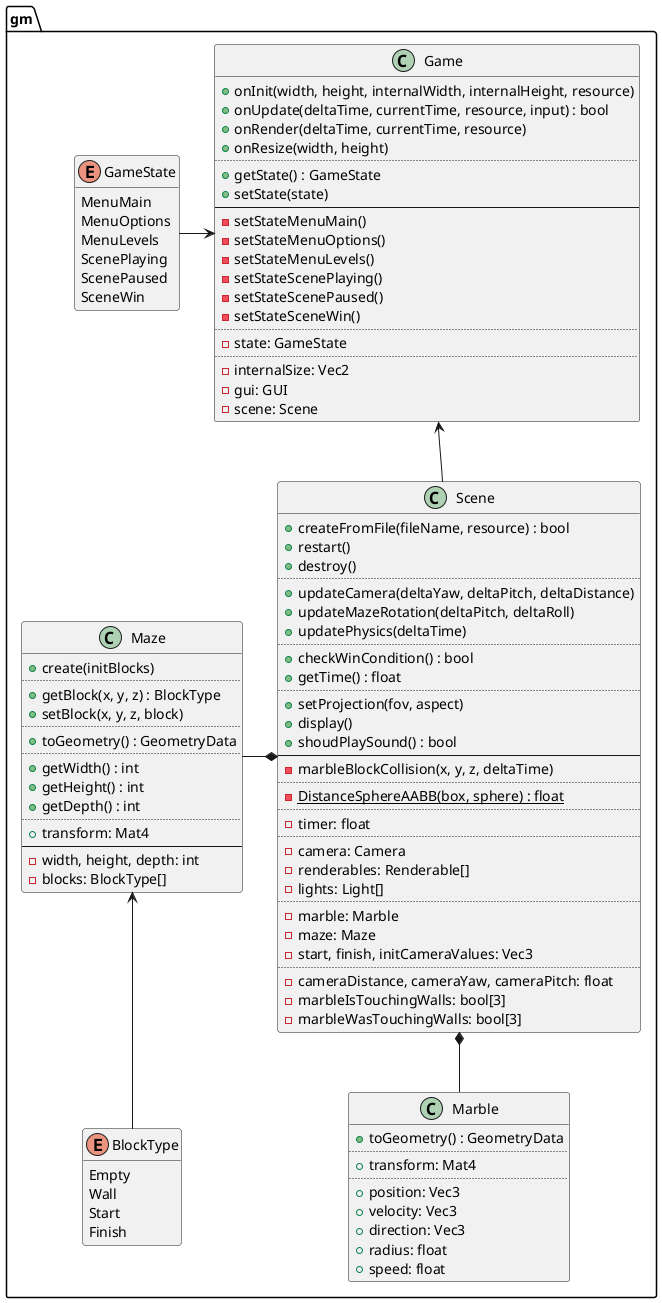
This is design/gm.png from ba6er/marblemaze, a PlantUML export, as it was before one commit.
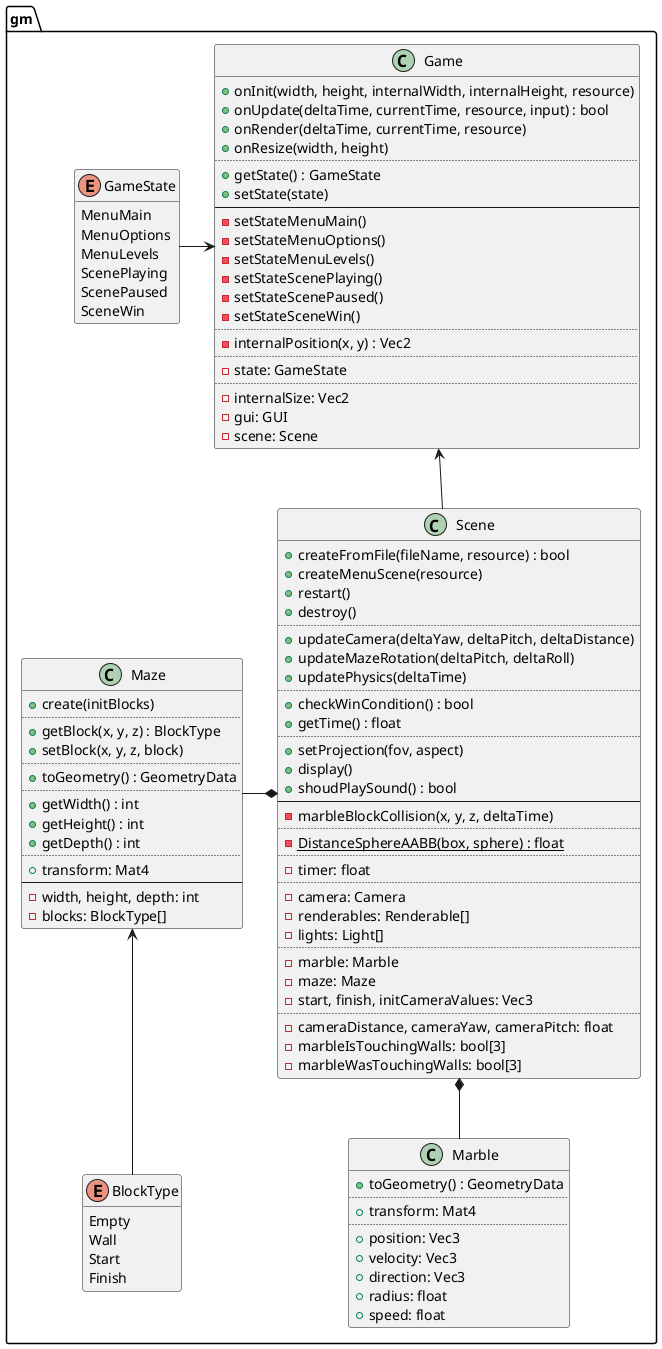
Above is the later version.

Commit message:
Added Renderable:tag, Scene::createMenuScene, Game::internalPosition

The edit, as a diff of the source:
```diff
@@ -27,6 +27,8 @@
 	-setStateScenePaused()
 	-setStateSceneWin()
 	..
+	-internalPosition(x, y) : Vec2
+	..
 	-state: GameState
 	..
 	-internalSize: Vec2
@@ -36,6 +38,7 @@
 
 class gm::Scene {
 	+createFromFile(fileName, resource) : bool
+	+createMenuScene(resource)
 	+restart()
 	+destroy()
 	..
```
